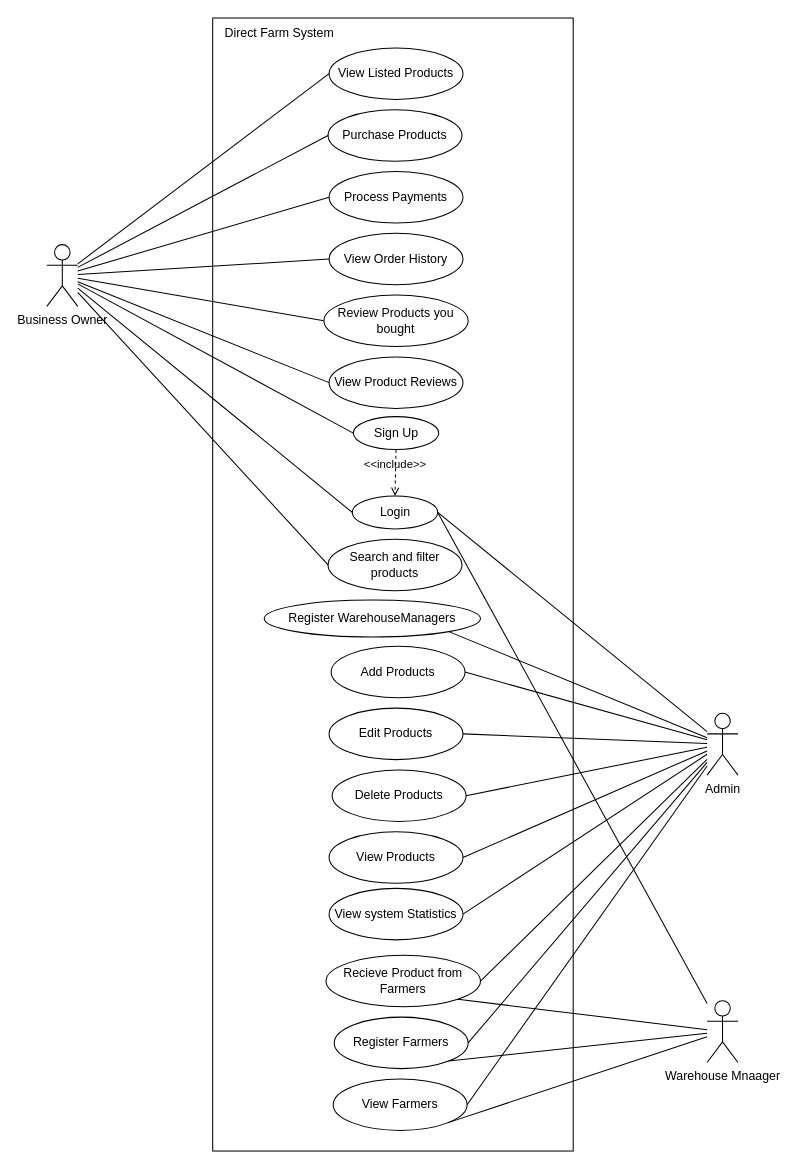
Before: Use Case Diagram.drawio in abiyBz/DirectFarm, a draw.io diagram. Source tidied: cells renumbered, new cells numbered last; positions are measured from the earlier drawing's top-left corner, leaving out a move shared by most shapes. Both pictures are drawn from the tidied source at 103%, with x=0, y=0 at pixel (46, 18).
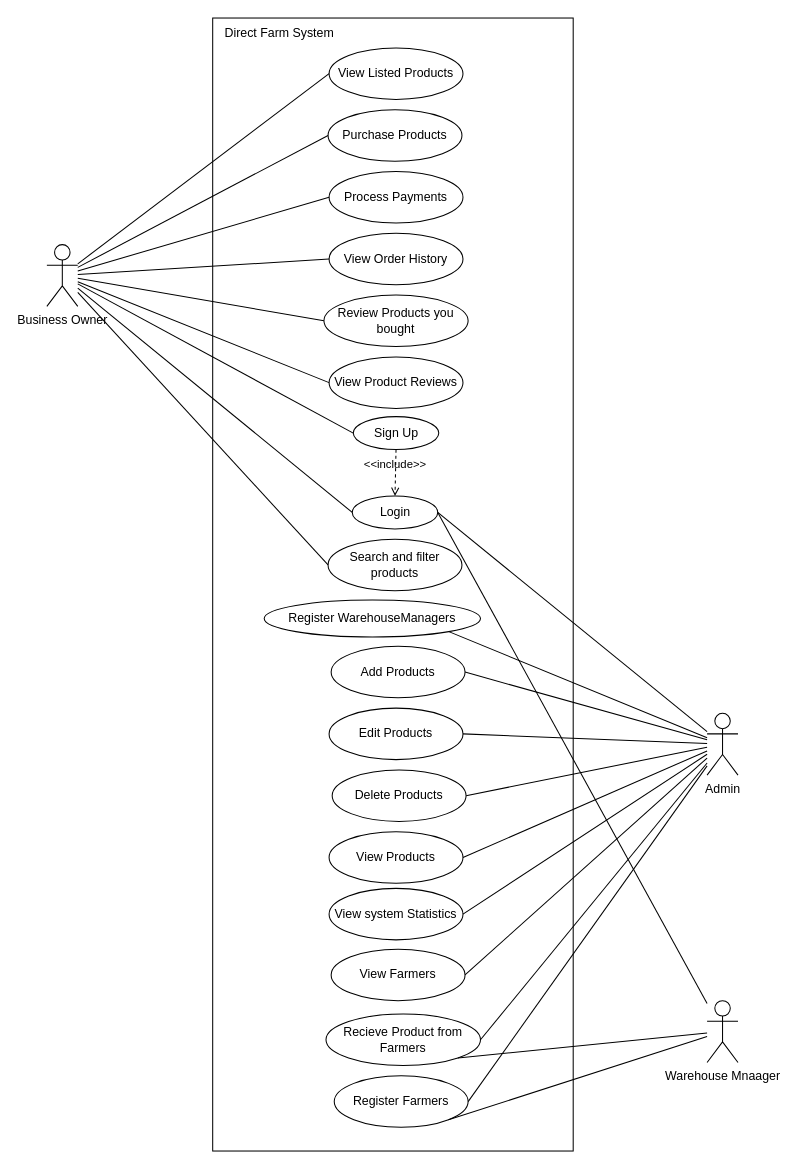
The same diagram, later.

The change refers to these unchanged cells:
```xml
<mxCell id="5" value="Warehouse Mnaager" style="shape=umlActor;verticalLabelPosition=bottom;verticalAlign=top;html=1;" parent="1" vertex="1">
  <mxGeometry x="641" y="954" width="30" height="60" as="geometry" />
</mxCell>
```

Diff of the diagram source:
```diff
@@
     <mxCell id="36" value="View Farmers" style="ellipse;whiteSpace=wrap;html=1;" parent="1" vertex="1">
-      <mxGeometry x="278" y="1030" width="130" height="50" as="geometry" />
+      <mxGeometry x="276" y="904" width="130" height="50" as="geometry" />
     </mxCell>
     <mxCell id="37" value="Register Farmers" style="ellipse;whiteSpace=wrap;html=1;" parent="1" vertex="1">
-      <mxGeometry x="279" y="970" width="130" height="50" as="geometry" />
+      <mxGeometry x="279" y="1027" width="130" height="50" as="geometry" />
     </mxCell>
     <mxCell id="38" value="Recieve Product from Farmers" style="ellipse;whiteSpace=wrap;html=1;" parent="1" vertex="1">
-      <mxGeometry x="271" y="910" width="150" height="50" as="geometry" />
+      <mxGeometry x="271" y="967" width="150" height="50" as="geometry" />
     </mxCell>
@@
-    <mxCell id="44" style="endArrow=none;html=1;rounded=0;exitX=1;exitY=1;exitDx=0;exitDy=0;" parent="1" edge="1" source="36" target="5">
-      <mxGeometry relative="1" as="geometry" />
-    </mxCell>
```
